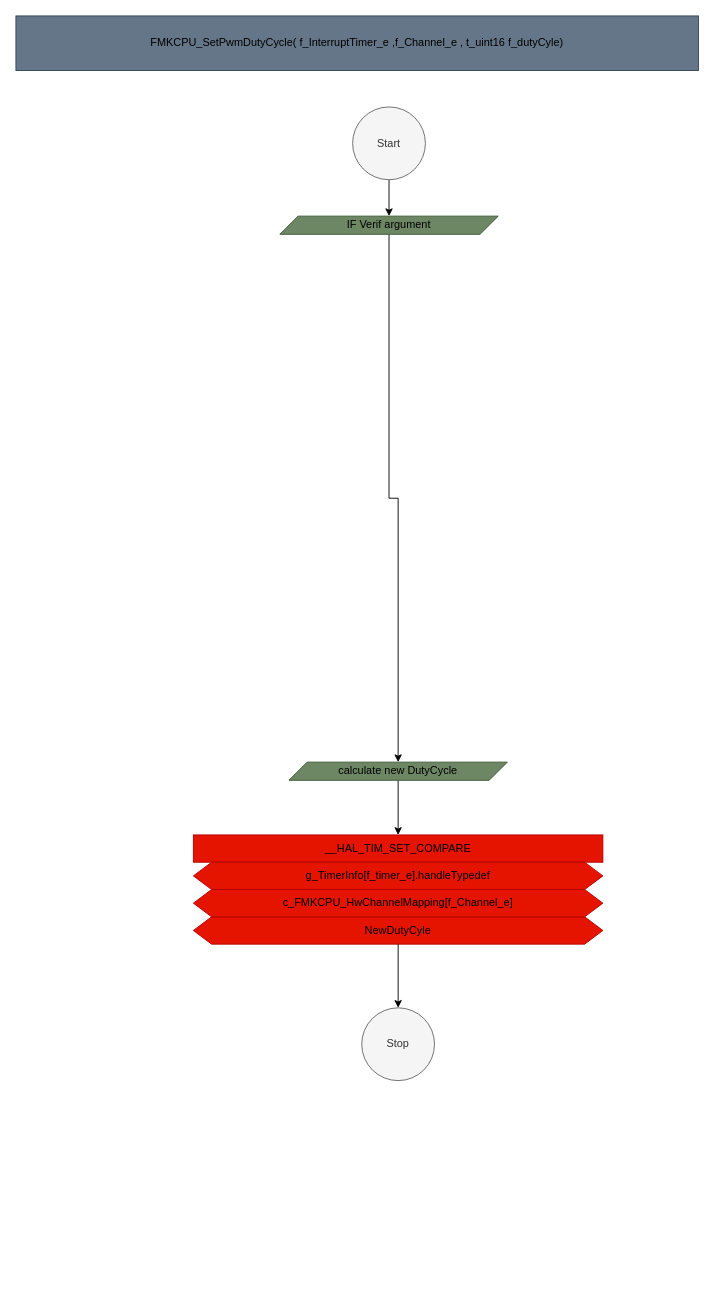
The draw.io diagram page "Func_SetPwmChannel_DutyCycle" (10 of 13) of src/1_FMK/FMK_HAL/FMK_CPU/Doc/FMK_CPU.drawio in mbarbeau0545/Stm32PrjTpl, before the edit. Source tidied: cells renumbered, new cells numbered last; positions are measured from the earlier drawing's top-left corner, leaving out a move shared by most shapes. Both pictures are drawn from the tidied source at 91%, with x=0, y=0 at pixel (15, 15).
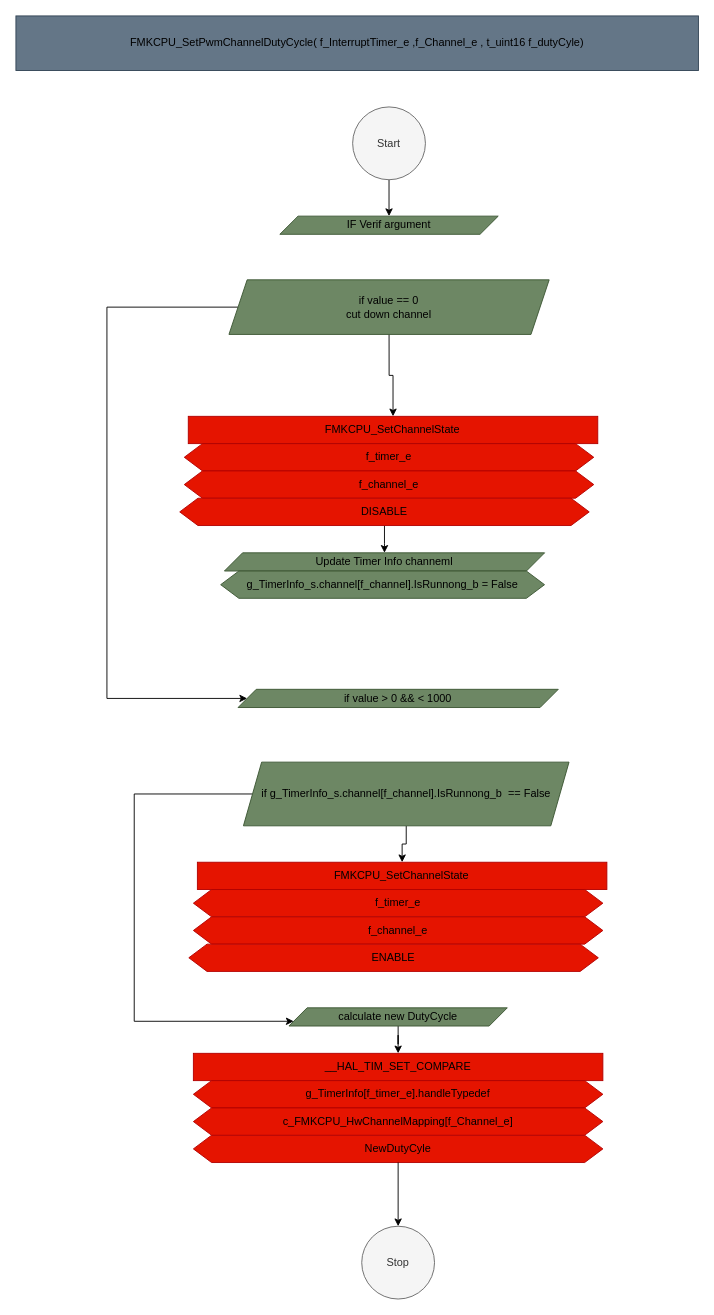
The same page after the edit.

Unchanged cells that the change refers to:
```xml
<mxCell id="6" value="IF Verif argument" style="shape=parallelogram;perimeter=parallelogramPerimeter;whiteSpace=wrap;html=1;fixedSize=1;fillColor=#6d8764;fontColor=#000000;strokeColor=#3A5431;" parent="1" vertex="1">
  <mxGeometry x="290" y="220" width="240" height="20" as="geometry" />
</mxCell>
```

The edit, as a diff of the source:
```diff
@@
-    <mxCell id="2" value="&lt;font style=&quot;color: rgb(0, 0, 0);&quot;&gt;FMKCPU_SetPwmDutyCycle(&lt;/font&gt;&lt;span style=&quot;color: rgb(0, 0, 0);&quot;&gt;&amp;nbsp;&lt;/span&gt;&lt;span style=&quot;color: rgb(0, 0, 0);&quot;&gt;f_InterruptTimer_e&lt;/span&gt;&lt;span style=&quot;color: rgb(0, 0, 0);&quot;&gt;&amp;nbsp;&lt;/span&gt;&lt;span style=&quot;color: rgb(0, 0, 0); text-wrap: nowrap; text-align: left;&quot;&gt;,&lt;/span&gt;&lt;span style=&quot;color: rgb(0, 0, 0); text-align: left; text-wrap: nowrap;&quot;&gt;f_Channel_e ,&lt;/span&gt;&lt;span style=&quot;color: rgb(0, 0, 0); text-wrap: nowrap; text-align: left;&quot;&gt;&amp;nbsp;&lt;/span&gt;&lt;font style=&quot;color: rgb(0, 0, 0);&quot;&gt;t_uint16 f_dutyCyle&lt;/font&gt;&lt;span style=&quot;color: rgb(0, 0, 0); text-wrap: nowrap; text-align: left;&quot;&gt;)&lt;/span&gt;" style="rounded=0;whiteSpace=wrap;html=1;fillColor=#647687;fontColor=#ffffff;strokeColor=#314354;" parent="1" vertex="1">
+    <mxCell id="2" value="&lt;font style=&quot;color: rgb(0, 0, 0);&quot;&gt;FMKCPU_SetPwmChannelDutyCycle(&lt;/font&gt;&lt;span style=&quot;color: rgb(0, 0, 0);&quot;&gt;&amp;nbsp;&lt;/span&gt;&lt;span style=&quot;color: rgb(0, 0, 0);&quot;&gt;f_InterruptTimer_e&lt;/span&gt;&lt;span style=&quot;color: rgb(0, 0, 0);&quot;&gt;&amp;nbsp;&lt;/span&gt;&lt;span style=&quot;color: rgb(0, 0, 0); text-wrap: nowrap; text-align: left;&quot;&gt;,&lt;/span&gt;&lt;span style=&quot;color: rgb(0, 0, 0); text-align: left; text-wrap: nowrap;&quot;&gt;f_Channel_e ,&lt;/span&gt;&lt;span style=&quot;color: rgb(0, 0, 0); text-wrap: nowrap; text-align: left;&quot;&gt;&amp;nbsp;&lt;/span&gt;&lt;font style=&quot;color: rgb(0, 0, 0);&quot;&gt;t_uint16 f_dutyCyle&lt;/font&gt;&lt;span style=&quot;color: rgb(0, 0, 0); text-wrap: nowrap; text-align: left;&quot;&gt;)&lt;/span&gt;" style="rounded=0;whiteSpace=wrap;html=1;fillColor=#647687;fontColor=#ffffff;strokeColor=#314354;" parent="1" vertex="1">
       <mxGeometry width="750" height="60" as="geometry" />
     </mxCell>
@@
-    <mxCell id="5" style="edgeStyle=orthogonalEdgeStyle;rounded=0;jettySize=auto;html=1;exitX=0.5;exitY=1;exitDx=0;exitDy=0;" parent="1" edge="1" source="6" target="8">
-      <mxGeometry relative="1" as="geometry" />
-    </mxCell>
@@
     <mxCell id="8" value="calculate new DutyCycle" style="shape=parallelogram;perimeter=parallelogramPerimeter;whiteSpace=wrap;html=1;fixedSize=1;fillColor=#6d8764;fontColor=#000000;strokeColor=#3A5431;" parent="1" vertex="1">
-      <mxGeometry x="300" y="820" width="240" height="20" as="geometry" />
+      <mxGeometry x="300" y="1090" width="240" height="20" as="geometry" />
     </mxCell>
     <mxCell id="9" style="group;" parent="1" vertex="1">
-      <mxGeometry x="195" y="900" width="450" height="120" as="geometry" />
+      <mxGeometry x="195" y="1140" width="450" height="120" as="geometry" />
     </mxCell>
@@
     <mxCell id="14" value="Stop" style="ellipse;whiteSpace=wrap;html=1;fillColor=#f5f5f5;fontColor=#333333;strokeColor=#666666;" parent="1" vertex="1">
-      <mxGeometry x="380" y="1090" width="80" height="80" as="geometry" />
+      <mxGeometry x="380" y="1330" width="80" height="80" as="geometry" />
     </mxCell>
@@
+    <mxCell id="16" value="if value &amp;gt; 0 &amp;amp;&amp;amp; &amp;lt; 1000" style="shape=parallelogram;perimeter=parallelogramPerimeter;whiteSpace=wrap;html=1;fixedSize=1;fillColor=#6d8764;fontColor=#000000;strokeColor=#3A5431;" parent="1" vertex="1">
+      <mxGeometry x="244.1" y="740" width="351.9" height="20" as="geometry" />
+    </mxCell>
+    <mxCell id="17" style="edgeStyle=orthogonalEdgeStyle;rounded=0;jettySize=auto;html=1;exitX=0.5;exitY=1;exitDx=0;exitDy=0;" parent="1" edge="1" source="19" target="21">
+      <mxGeometry relative="1" as="geometry" />
+    </mxCell>
+    <mxCell id="18" style="edgeStyle=orthogonalEdgeStyle;rounded=0;jettySize=auto;html=1;exitX=0;exitY=0.5;exitDx=0;exitDy=0;entryX=0;entryY=0.5;entryDx=0;entryDy=0;" parent="1" edge="1" source="19" target="16">
+      <mxGeometry relative="1" as="geometry">
+        <Array as="points">
+          <mxPoint x="100" y="320" />
+          <mxPoint x="100" y="750" />
+        </Array>
+      </mxGeometry>
+    </mxCell>
+    <mxCell id="19" value="if value == 0&lt;div&gt;cut down channel&lt;/div&gt;" style="shape=parallelogram;perimeter=parallelogramPerimeter;whiteSpace=wrap;html=1;fixedSize=1;fillColor=#6d8764;fontColor=#000000;strokeColor=#3A5431;" parent="1" vertex="1">
+      <mxGeometry x="234.1" y="290" width="351.9" height="60" as="geometry" />
+    </mxCell>
+    <mxCell id="20" style="group;" parent="1" vertex="1">
+      <mxGeometry x="185" y="440" width="454.4" height="90" as="geometry" />
+    </mxCell>
+    <mxCell id="21" value="FMKCPU_SetChannelState" style="rounded=0;whiteSpace=wrap;html=1;fillColor=#e51400;fontColor=#000000;strokeColor=#B20000;" parent="20" vertex="1">
+      <mxGeometry x="4.4" width="450" height="30" as="geometry" />
+    </mxCell>
+    <mxCell id="22" value="f_timer_e" style="shape=hexagon;perimeter=hexagonPerimeter2;whiteSpace=wrap;html=1;fixedSize=1;fillColor=#e51400;fontColor=#000000;strokeColor=#B20000;" parent="20" vertex="1">
+      <mxGeometry y="30" width="450" height="30" as="geometry" />
+    </mxCell>
+    <mxCell id="23" value="f_channel_e" style="shape=hexagon;perimeter=hexagonPerimeter2;whiteSpace=wrap;html=1;fixedSize=1;fillColor=#e51400;fontColor=#000000;strokeColor=#B20000;" parent="20" vertex="1">
+      <mxGeometry y="60" width="450" height="30" as="geometry" />
+    </mxCell>
+    <mxCell id="24" style="edgeStyle=orthogonalEdgeStyle;rounded=0;jettySize=auto;html=1;exitX=0.5;exitY=1;exitDx=0;exitDy=0;" parent="1" edge="1" source="25" target="26">
+      <mxGeometry relative="1" as="geometry" />
+    </mxCell>
+    <mxCell id="25" value="DISABLE" style="shape=hexagon;perimeter=hexagonPerimeter2;whiteSpace=wrap;html=1;fixedSize=1;fillColor=#e51400;fontColor=#000000;strokeColor=#B20000;" parent="1" vertex="1">
+      <mxGeometry x="180" y="530" width="450" height="30" as="geometry" />
+    </mxCell>
+    <mxCell id="26" value="Update Timer Info channeml" style="shape=parallelogram;perimeter=parallelogramPerimeter;whiteSpace=wrap;html=1;fixedSize=1;fillColor=#6d8764;fontColor=#000000;strokeColor=#3A5431;" parent="1" vertex="1">
+      <mxGeometry x="229.1" y="590" width="351.9" height="20" as="geometry" />
+    </mxCell>
+    <mxCell id="27" value="g_TimerInfo_s.channel[f_channel].IsRunnong_b = False" style="shape=hexagon;perimeter=hexagonPerimeter2;whiteSpace=wrap;html=1;fixedSize=1;fillColor=#6d8764;strokeColor=#3A5431;fontColor=#000000;" parent="1" vertex="1">
+      <mxGeometry x="225" y="610" width="355.9" height="30" as="geometry" />
+    </mxCell>
+    <mxCell id="28" style="edgeStyle=orthogonalEdgeStyle;rounded=0;jettySize=auto;html=1;exitX=0.5;exitY=1;exitDx=0;exitDy=0;" parent="1" edge="1" source="30" target="32">
+      <mxGeometry relative="1" as="geometry" />
+    </mxCell>
+    <mxCell id="29" style="edgeStyle=orthogonalEdgeStyle;rounded=0;jettySize=auto;html=1;exitX=0;exitY=0.5;exitDx=0;exitDy=0;entryX=0;entryY=0.75;entryDx=0;entryDy=0;" parent="1" edge="1" source="30" target="8">
+      <mxGeometry relative="1" as="geometry">
+        <Array as="points">
+          <mxPoint x="130" y="855" />
+          <mxPoint x="130" y="1105" />
+        </Array>
+      </mxGeometry>
+    </mxCell>
+    <mxCell id="30" value="if g_TimerInfo_s.channel[f_channel].IsRunnong_b&amp;nbsp; == False" style="shape=parallelogram;perimeter=parallelogramPerimeter;whiteSpace=wrap;html=1;fixedSize=1;fillColor=#6d8764;fontColor=#000000;strokeColor=#3A5431;" parent="1" vertex="1">
+      <mxGeometry x="250" y="820" width="357.8" height="70" as="geometry" />
+    </mxCell>
+    <mxCell id="31" style="group;" parent="1" vertex="1">
+      <mxGeometry x="195" y="930" width="454.4" height="90" as="geometry" />
+    </mxCell>
+    <mxCell id="32" value="FMKCPU_SetChannelState" style="rounded=0;whiteSpace=wrap;html=1;fillColor=#e51400;fontColor=#000000;strokeColor=#B20000;" parent="31" vertex="1">
+      <mxGeometry x="4.4" width="450" height="30" as="geometry" />
+    </mxCell>
+    <mxCell id="33" value="f_timer_e" style="shape=hexagon;perimeter=hexagonPerimeter2;whiteSpace=wrap;html=1;fixedSize=1;fillColor=#e51400;fontColor=#000000;strokeColor=#B20000;" parent="31" vertex="1">
+      <mxGeometry y="30" width="450" height="30" as="geometry" />
+    </mxCell>
+    <mxCell id="34" value="f_channel_e" style="shape=hexagon;perimeter=hexagonPerimeter2;whiteSpace=wrap;html=1;fixedSize=1;fillColor=#e51400;fontColor=#000000;strokeColor=#B20000;" parent="31" vertex="1">
+      <mxGeometry y="60" width="450" height="30" as="geometry" />
+    </mxCell>
+    <mxCell id="35" value="ENABLE" style="shape=hexagon;perimeter=hexagonPerimeter2;whiteSpace=wrap;html=1;fixedSize=1;fillColor=#e51400;fontColor=#000000;strokeColor=#B20000;" parent="1" vertex="1">
+      <mxGeometry x="190" y="1020" width="450" height="30" as="geometry" />
+    </mxCell>
```
